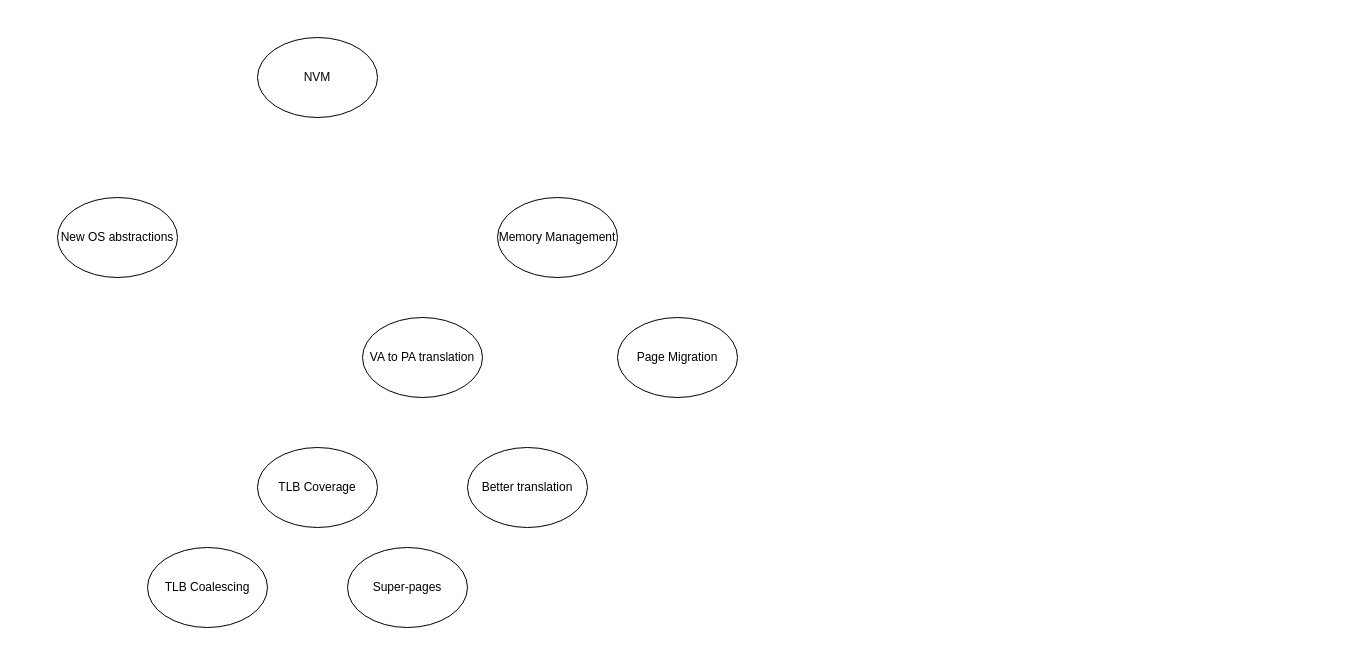
Before: sota.drawio in arunkp1986/CAR3S, a draw.io diagram. Source tidied: cells renumbered, new cells numbered last; positions are measured from the earlier drawing's top-left corner, leaving out a move shared by most shapes. Both pictures are drawn from the tidied source at 100%, with x=0, y=0 at pixel (57, 37).
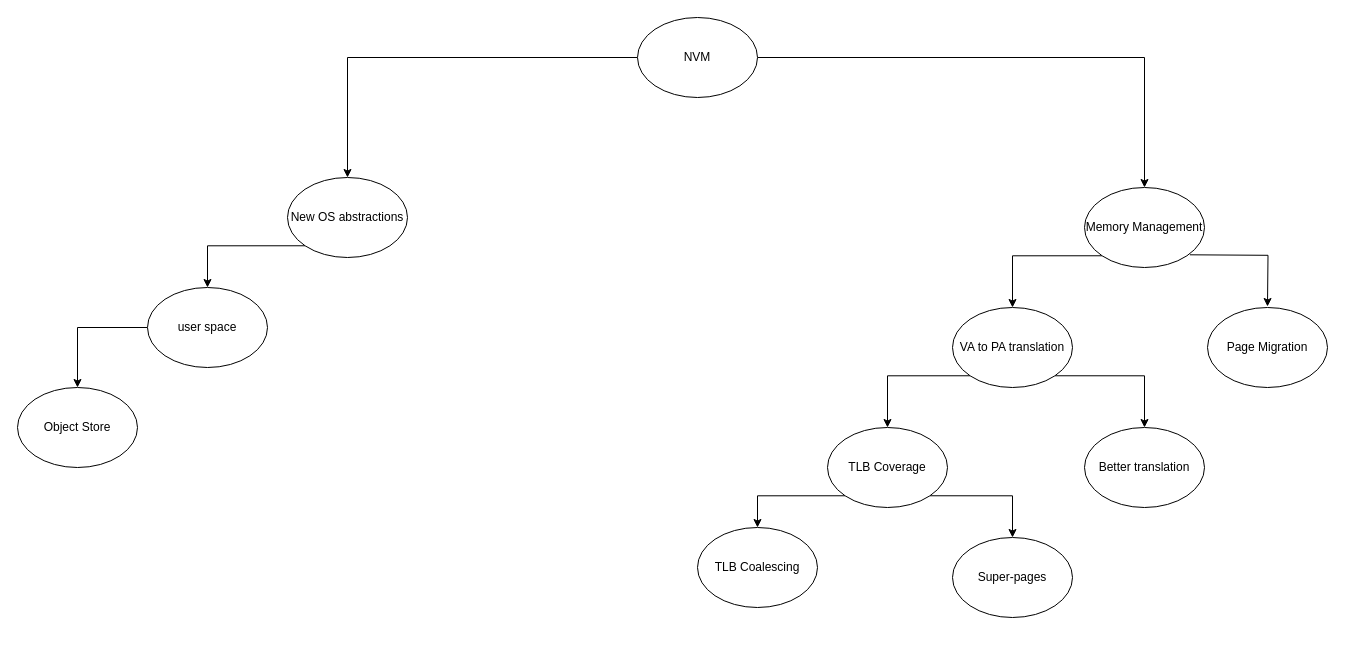
After the change.

What changed in the source:
```diff
@@
+    <mxCell id="11" style="edgeStyle=orthogonalEdgeStyle;rounded=0;jettySize=auto;html=1;entryX=0.5;entryY=0;entryDx=0;entryDy=0;" parent="1" edge="1" source="2" target="3">
+      <mxGeometry relative="1" as="geometry" />
+    </mxCell>
+    <mxCell id="12" style="edgeStyle=orthogonalEdgeStyle;rounded=0;jettySize=auto;html=1;" parent="1" edge="1" source="2" target="4">
+      <mxGeometry relative="1" as="geometry" />
+    </mxCell>
     <mxCell id="2" value="NVM" style="ellipse;whiteSpace=wrap;html=1;" parent="1" vertex="1">
-      <mxGeometry x="200" width="120" height="80" as="geometry" />
+      <mxGeometry x="580" y="-20" width="120" height="80" as="geometry" />
     </mxCell>
+    <mxCell id="13" style="edgeStyle=orthogonalEdgeStyle;rounded=0;jettySize=auto;html=1;exitX=0;exitY=1;exitDx=0;exitDy=0;entryX=0.5;entryY=0;entryDx=0;entryDy=0;" parent="1" edge="1" source="3" target="21">
+      <mxGeometry relative="1" as="geometry" />
+    </mxCell>
     <mxCell id="3" value="New OS abstractions" style="ellipse;whiteSpace=wrap;html=1;" parent="1" vertex="1">
-      <mxGeometry y="160" width="120" height="80" as="geometry" />
+      <mxGeometry x="230" y="140" width="120" height="80" as="geometry" />
     </mxCell>
+    <mxCell id="14" style="edgeStyle=orthogonalEdgeStyle;rounded=0;jettySize=auto;html=1;exitX=0;exitY=1;exitDx=0;exitDy=0;" parent="1" edge="1" source="4" target="5">
+      <mxGeometry relative="1" as="geometry" />
+    </mxCell>
+    <mxCell id="15" style="edgeStyle=orthogonalEdgeStyle;rounded=0;orthogonalLoop=1;jettySize=auto;html=1;exitX=1;exitY=1;exitDx=0;exitDy=0;entryX=0.5;entryY=0;entryDx=0;entryDy=0;" parent="1" edge="1">
+      <mxGeometry relative="1" as="geometry">
+        <mxPoint x="1132.4" y="217.3" as="sourcePoint" />
+        <mxPoint x="1210" y="269" as="targetPoint" />
+      </mxGeometry>
+    </mxCell>
     <mxCell id="4" value="Memory Management" style="ellipse;whiteSpace=wrap;html=1;" parent="1" vertex="1">
-      <mxGeometry x="440" y="160" width="120" height="80" as="geometry" />
+      <mxGeometry x="1027" y="150" width="120" height="80" as="geometry" />
     </mxCell>
+    <mxCell id="16" style="edgeStyle=orthogonalEdgeStyle;rounded=0;jettySize=auto;html=1;exitX=0;exitY=1;exitDx=0;exitDy=0;" parent="1" edge="1" source="5" target="7">
+      <mxGeometry relative="1" as="geometry" />
+    </mxCell>
+    <mxCell id="17" style="edgeStyle=orthogonalEdgeStyle;rounded=0;jettySize=auto;html=1;exitX=1;exitY=1;exitDx=0;exitDy=0;" parent="1" edge="1" source="5" target="8">
+      <mxGeometry relative="1" as="geometry" />
+    </mxCell>
     <mxCell id="5" value="VA to PA translation" style="ellipse;whiteSpace=wrap;html=1;" parent="1" vertex="1">
-      <mxGeometry x="305" y="280" width="120" height="80" as="geometry" />
+      <mxGeometry x="895" y="270" width="120" height="80" as="geometry" />
     </mxCell>
     <mxCell id="6" value="Page Migration" style="ellipse;whiteSpace=wrap;html=1;" parent="1" vertex="1">
-      <mxGeometry x="560" y="280" width="120" height="80" as="geometry" />
+      <mxGeometry x="1150" y="270" width="120" height="80" as="geometry" />
     </mxCell>
+    <mxCell id="18" style="edgeStyle=orthogonalEdgeStyle;rounded=0;jettySize=auto;html=1;exitX=0;exitY=1;exitDx=0;exitDy=0;entryX=0.5;entryY=0;entryDx=0;entryDy=0;" parent="1" edge="1" source="7" target="9">
+      <mxGeometry relative="1" as="geometry" />
+    </mxCell>
+    <mxCell id="19" style="edgeStyle=orthogonalEdgeStyle;rounded=0;jettySize=auto;html=1;exitX=1;exitY=1;exitDx=0;exitDy=0;entryX=0.5;entryY=0;entryDx=0;entryDy=0;" parent="1" edge="1" source="7" target="10">
+      <mxGeometry relative="1" as="geometry" />
+    </mxCell>
     <mxCell id="7" value="TLB Coverage" style="ellipse;whiteSpace=wrap;html=1;" parent="1" vertex="1">
-      <mxGeometry x="200" y="410" width="120" height="80" as="geometry" />
+      <mxGeometry x="770" y="390" width="120" height="80" as="geometry" />
     </mxCell>
     <mxCell id="8" value="Better translation" style="ellipse;whiteSpace=wrap;html=1;" parent="1" vertex="1">
-      <mxGeometry x="410" y="410" width="120" height="80" as="geometry" />
+      <mxGeometry x="1027" y="390" width="120" height="80" as="geometry" />
     </mxCell>
     <mxCell id="9" value="TLB Coalescing" style="ellipse;whiteSpace=wrap;html=1;" parent="1" vertex="1">
-      <mxGeometry x="90" y="510" width="120" height="80" as="geometry" />
+      <mxGeometry x="640" y="490" width="120" height="80" as="geometry" />
     </mxCell>
     <mxCell id="10" value="Super-pages" style="ellipse;whiteSpace=wrap;html=1;" parent="1" vertex="1">
-      <mxGeometry x="290" y="510" width="120" height="80" as="geometry" />
+      <mxGeometry x="895" y="500" width="120" height="80" as="geometry" />
     </mxCell>
+    <mxCell id="20" style="edgeStyle=orthogonalEdgeStyle;rounded=0;jettySize=auto;html=1;entryX=0.5;entryY=0;entryDx=0;entryDy=0;" parent="1" edge="1" source="21" target="22">
+      <mxGeometry relative="1" as="geometry" />
+    </mxCell>
+    <mxCell id="21" value="user space" style="ellipse;whiteSpace=wrap;html=1;" parent="1" vertex="1">
+      <mxGeometry x="90" y="250" width="120" height="80" as="geometry" />
+    </mxCell>
+    <mxCell id="22" value="Object Store" style="ellipse;whiteSpace=wrap;html=1;" parent="1" vertex="1">
+      <mxGeometry x="-40" y="350" width="120" height="80" as="geometry" />
+    </mxCell>
```
